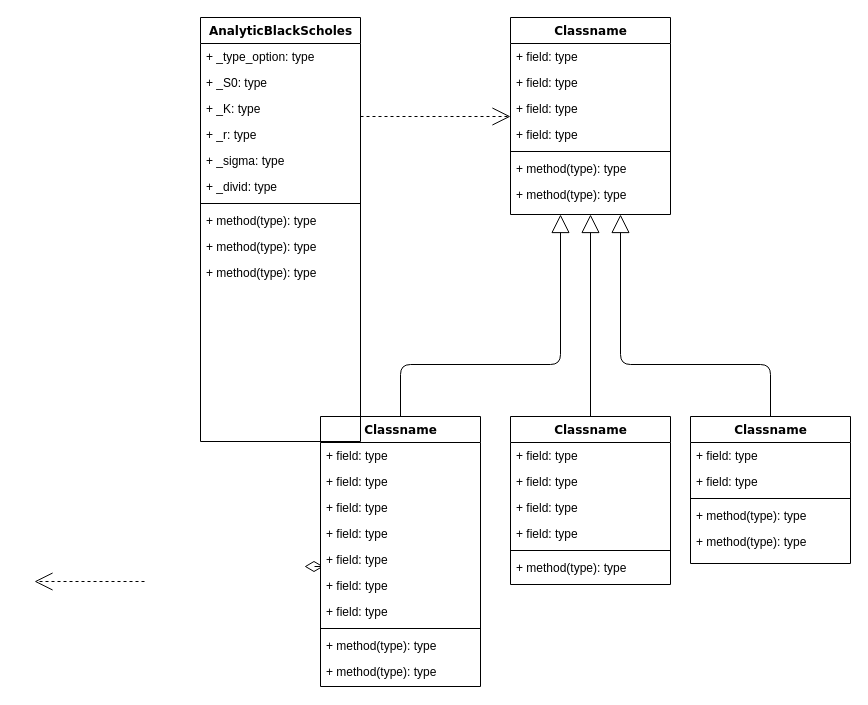
Above: BlackScholes.drawio in actuarial-tools/BlackScholes (draw.io), before the change. Source tidied: cells renumbered, new cells numbered last; positions are measured from the earlier drawing's top-left corner, leaving out a move shared by most shapes. Both pictures are drawn from the tidied source at 100%, with x=0, y=0 at pixel (34, 17).
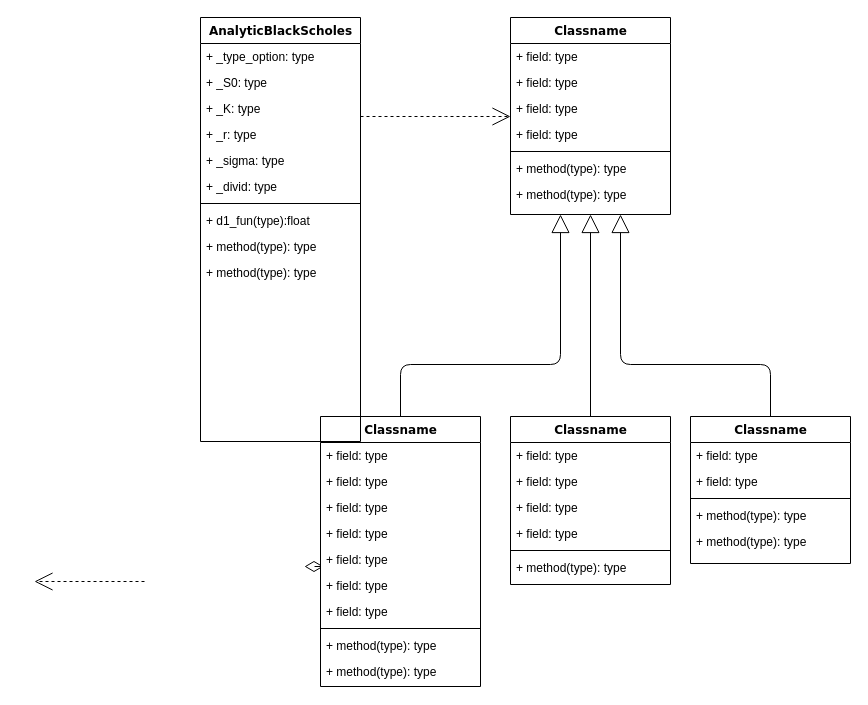
The same page after the edit.

Unchanged cells that the change refers to:
```xml
<mxCell id="3" value="AnalyticBlackScholes" style="swimlane;html=1;fontStyle=1;align=center;verticalAlign=top;horizontal=1;startSize=26;swimlaneFillColor=#ffffff;rounded=0;shadow=0;comic=0;labelBackgroundColor=none;strokeColor=#000000;strokeWidth=1;fillColor=none;fontFamily=Verdana;fontSize=12;fontColor=#000000;" parent="1" vertex="1">
  <mxGeometry x="166" width="160" height="424" as="geometry" />
</mxCell>
```

Diff of the diagram source:
```diff
@@
-    <mxCell id="11" value="+ method(type): type" style="text;html=1;strokeColor=none;fillColor=none;align=left;verticalAlign=top;spacingLeft=4;spacingRight=4;whiteSpace=wrap;overflow=hidden;" parent="3" vertex="1">
+    <mxCell id="11" value="+ d1_fun(type):float" style="text;html=1;strokeColor=none;fillColor=none;align=left;verticalAlign=top;spacingLeft=4;spacingRight=4;whiteSpace=wrap;overflow=hidden;" parent="3" vertex="1">
       <mxGeometry y="190" width="160" height="26" as="geometry" />
     </mxCell>
```
